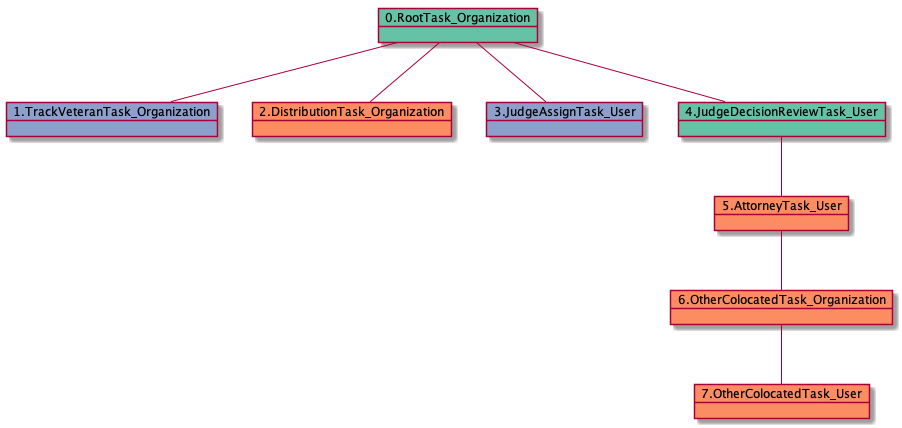
Before: docs-DR/uml/DTO-6702.png, a diagram exported from PlantUML (yoomlam/graphing).
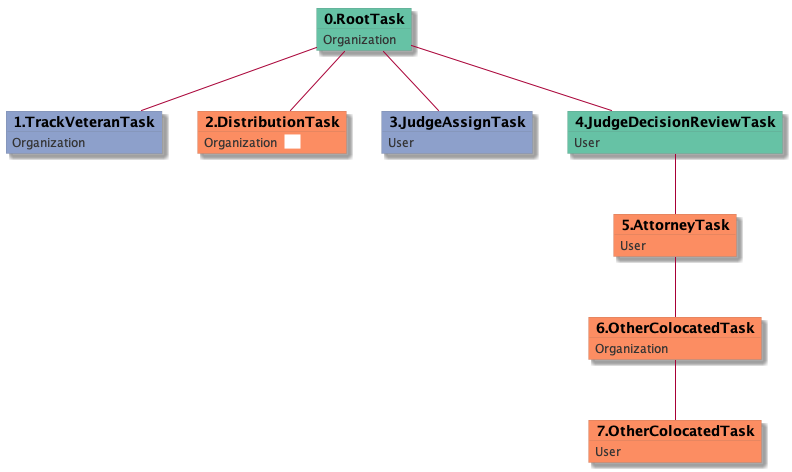
The same diagram one commit later.

What changed in the source:
```diff
@@ -1,17 +1,41 @@
 @startuml
-object 0.RootTask_Organization #66c2a5
-object 1.TrackVeteranTask_Organization #8da0cb
-object 2.DistributionTask_Organization #fc8d62
-object 3.JudgeAssignTask_User #8da0cb
-object 4.JudgeDecisionReviewTask_User #66c2a5
-object 5.AttorneyTask_User #fc8d62
-object 6.OtherColocatedTask_Organization #fc8d62
-object 7.OtherColocatedTask_User #fc8d62
-0.RootTask_Organization -- 1.TrackVeteranTask_Organization
-0.RootTask_Organization -- 2.DistributionTask_Organization
-0.RootTask_Organization -- 3.JudgeAssignTask_User
-0.RootTask_Organization -- 4.JudgeDecisionReviewTask_User
-4.JudgeDecisionReviewTask_User -- 5.AttorneyTask_User
-5.AttorneyTask_User -- 6.OtherColocatedTask_Organization
-6.OtherColocatedTask_Organization -- 7.OtherColocatedTask_User
+skinparam {
+  ObjectBorderColor #555
+  ObjectBorderThickness 0
+  ObjectFontStyle bold
+  ObjectFontSize 14
+  ObjectAttributeFontColor #333
+  ObjectAttributeFontSize 12
+}
+  object 0.RootTask #66c2a5 {
+Organization
+}
+  object 1.TrackVeteranTask #8da0cb {
+Organization
+}
+  object 2.DistributionTask #fc8d62 {
+Organization  <back:white>    </back>
+}
+  object 3.JudgeAssignTask #8da0cb {
+User
+}
+  object 4.JudgeDecisionReviewTask #66c2a5 {
+User
+}
+  object 5.AttorneyTask #fc8d62 {
+User
+}
+  object 6.OtherColocatedTask #fc8d62 {
+Organization
+}
+  object 7.OtherColocatedTask #fc8d62 {
+User
+}
+0.RootTask -- 1.TrackVeteranTask
+0.RootTask -- 2.DistributionTask
+0.RootTask -- 3.JudgeAssignTask
+0.RootTask -- 4.JudgeDecisionReviewTask
+4.JudgeDecisionReviewTask -- 5.AttorneyTask
+5.AttorneyTask -- 6.OtherColocatedTask
+6.OtherColocatedTask -- 7.OtherColocatedTask
 @enduml
```
